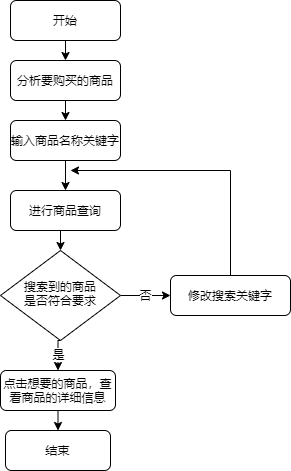
The draw.io diagram 流程图.png in jpl007/HelloGit, before a commit. Source tidied: cells renumbered, new cells last; positions are measured from the earlier drawing's top-left corner, leaving out a move shared by most shapes.
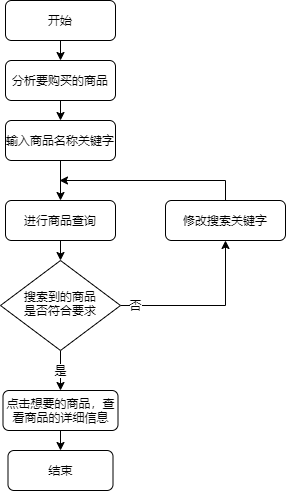
The same file after the commit.

Commit message:
更新流程图.png

The edit, as a diff of the source:
```diff
@@ -11,31 +11,31 @@
     <mxCell id="4" value="是" style="edgeStyle=orthogonalEdgeStyle;rounded=0;jettySize=auto;html=1;exitX=0.5;exitY=1;exitDx=0;exitDy=0;entryX=0.5;entryY=0;entryDx=0;entryDy=0;" parent="1" edge="1" source="6" target="11">
       <mxGeometry relative="1" as="geometry" />
     </mxCell>
-    <mxCell id="5" value="否" style="edgeStyle=orthogonalEdgeStyle;rounded=0;jettySize=auto;html=1;exitX=1;exitY=0.5;exitDx=0;exitDy=0;entryX=0;entryY=0.5;entryDx=0;entryDy=0;" parent="1" edge="1" source="6" target="8">
-      <mxGeometry relative="1" as="geometry" />
+    <mxCell id="5" value="否" style="edgeStyle=orthogonalEdgeStyle;rounded=0;jettySize=auto;html=1;exitX=1;exitY=0.5;exitDx=0;exitDy=0;entryX=0.5;entryY=1;entryDx=0;entryDy=0;startArrow=none;startFill=0;endArrow=classic;endFill=1;" parent="1" edge="1" source="6" target="8">
+      <mxGeometry x="-0.82" relative="1" as="geometry" />
     </mxCell>
     <mxCell id="6" value="搜索到的商品&lt;br&gt;是否符合要求" style="rhombus;whiteSpace=wrap;html=1;shadow=0;fontFamily=Helvetica;fontSize=12;align=center;strokeWidth=1;spacing=6;spacingTop=-4;" parent="1" vertex="1">
-      <mxGeometry y="250" width="120" height="90" as="geometry" />
+      <mxGeometry x="5" y="260" width="120" height="90" as="geometry" />
     </mxCell>
-    <mxCell id="7" style="edgeStyle=orthogonalEdgeStyle;rounded=0;jettySize=auto;html=1;exitX=0.5;exitY=0;exitDx=0;exitDy=0;" parent="1" edge="1" source="8">
-      <mxGeometry relative="1" as="geometry">
-        <mxPoint x="70" y="170" as="targetPoint" />
-        <Array as="points">
-          <mxPoint x="230" y="170" />
-        </Array>
-      </mxGeometry>
-    </mxCell>
+    <mxCell id="19" style="edgeStyle=orthogonalEdgeStyle;rounded=0;jettySize=auto;html=1;startArrow=none;startFill=0;endArrow=classic;endFill=1;exitX=0.5;exitY=0;exitDx=0;exitDy=0;" parent="1" edge="1" source="8">
+      <mxGeometry relative="1" as="geometry">
+        <mxPoint x="64" y="180" as="targetPoint" />
+        <Array as="points">
+          <mxPoint x="230" y="180" />
+        </Array>
+      </mxGeometry>
+    </mxCell>
     <mxCell id="8" value="修改搜索关键字" style="rounded=1;whiteSpace=wrap;html=1;fontSize=12;glass=0;strokeWidth=1;shadow=0;" parent="1" vertex="1">
-      <mxGeometry x="170" y="275" width="120" height="40" as="geometry" />
+      <mxGeometry x="170" y="200" width="120" height="40" as="geometry" />
     </mxCell>
     <mxCell id="9" value="结束" style="rounded=1;whiteSpace=wrap;html=1;fontSize=12;glass=0;strokeWidth=1;shadow=0;" parent="1" vertex="1">
-      <mxGeometry x="5" y="430" width="105" height="40" as="geometry" />
+      <mxGeometry x="12.5" y="450" width="105" height="40" as="geometry" />
     </mxCell>
     <mxCell id="10" style="edgeStyle=orthogonalEdgeStyle;rounded=0;jettySize=auto;html=1;exitX=0.5;exitY=1;exitDx=0;exitDy=0;entryX=0.5;entryY=0;entryDx=0;entryDy=0;" parent="1" edge="1" source="11" target="9">
       <mxGeometry relative="1" as="geometry" />
     </mxCell>
     <mxCell id="11" value="点击想要的商品，查看商品的详细信息" style="rounded=1;whiteSpace=wrap;html=1;fontSize=12;glass=0;strokeWidth=1;shadow=0;" parent="1" vertex="1">
-      <mxGeometry y="370" width="115" height="40" as="geometry" />
+      <mxGeometry x="7.5" y="390" width="115" height="40" as="geometry" />
     </mxCell>
     <mxCell id="12" style="edgeStyle=orthogonalEdgeStyle;rounded=0;jettySize=auto;html=1;exitX=0.5;exitY=1;exitDx=0;exitDy=0;entryX=0.5;entryY=0;entryDx=0;entryDy=0;" parent="1" edge="1" source="13" target="15">
       <mxGeometry relative="1" as="geometry" />
@@ -53,7 +53,7 @@
       <mxGeometry relative="1" as="geometry" />
     </mxCell>
     <mxCell id="17" value="进行商品查询" style="rounded=1;whiteSpace=wrap;html=1;fontSize=12;glass=0;strokeWidth=1;shadow=0;" parent="1" vertex="1">
-      <mxGeometry x="10" y="190" width="110" height="40" as="geometry" />
+      <mxGeometry x="10" y="200" width="110" height="40" as="geometry" />
     </mxCell>
     <mxCell id="18" style="edgeStyle=orthogonalEdgeStyle;rounded=0;orthogonalLoop=1;jettySize=auto;html=1;exitX=0.5;exitY=1;exitDx=0;exitDy=0;" parent="1" edge="1" source="17" target="17">
       <mxGeometry relative="1" as="geometry" />
```
